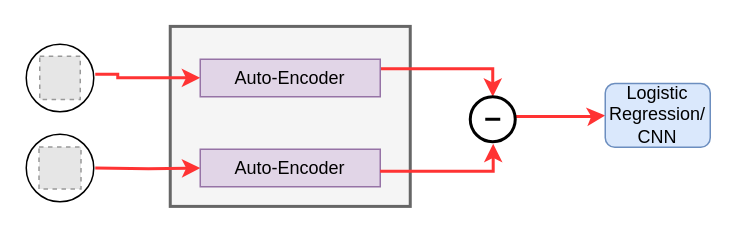
The draw.io diagram doc/Auto-encoder.drawio in DanielGabay/Author-verification-by-handwriting-samples, before the edit. Source tidied: cells renumbered, new cells numbered last; positions are measured from the earlier drawing's top-left corner, leaving out a move shared by most shapes. Both pictures are drawn from the tidied source at 150%, with x=0, y=0 at pixel (26, 26). Pictures stored in the file or linked from it are replaced by grey dashed boxes.
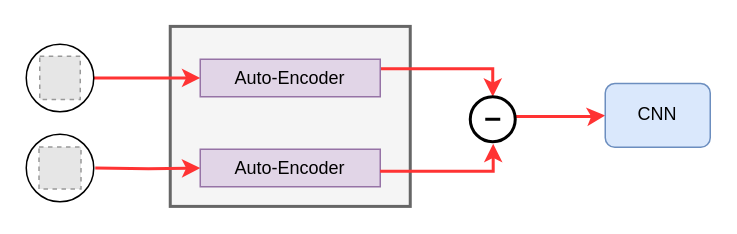
The same diagram, later.

The change refers to these unchanged cells:
```xml
<mxCell id="5" value="Auto-Encoder" style="rounded=0;whiteSpace=wrap;html=1;fillColor=#e1d5e7;strokeColor=#9673a6;" parent="1" vertex="1">
  <mxGeometry x="116" y="22" width="120" height="25" as="geometry" />
</mxCell>
<mxCell id="15" style="fillColor=#E6E6E6;strokeColor=#999999;dashed=1;verticalLabelPosition=bottom;labelBackgroundColor=#ffffff;verticalAlign=top;" parent="1" vertex="1">
  <mxGeometry x="9" y="20" width="27" height="28.9" as="geometry" />
</mxCell>
```

What changed in the source:
```diff
@@
-    <mxCell id="6" style="edgeStyle=orthogonalEdgeStyle;rounded=0;orthogonalLoop=1;jettySize=auto;html=1;entryX=0;entryY=0.25;entryDx=0;entryDy=0;strokeColor=#FF3333;strokeWidth=2;exitX=1;exitY=0.5;exitDx=0;exitDy=0;" parent="1" edge="1">
+    <mxCell id="6" style="edgeStyle=orthogonalEdgeStyle;rounded=0;jettySize=auto;html=1;strokeColor=#FF3333;strokeWidth=2;" parent="1" edge="1" source="15" target="5">
       <mxGeometry relative="1" as="geometry">
-        <mxPoint x="46" y="32" as="sourcePoint" />
-        <mxPoint x="115.9" y="34.4" as="targetPoint" />
         <Array as="points">
-          <mxPoint x="61" y="34" />
+          <mxPoint x="26" y="35" />
         </Array>
       </mxGeometry>
     </mxCell>
@@
-    <mxCell id="9" value="Logistic Regression/&lt;br&gt;CNN" style="rounded=1;whiteSpace=wrap;html=1;fillColor=#dae8fc;strokeColor=#6c8ebf;" parent="1" vertex="1">
+    <mxCell id="9" value="CNN" style="rounded=1;whiteSpace=wrap;html=1;fillColor=#dae8fc;strokeColor=#6c8ebf;" parent="1" vertex="1">
       <mxGeometry x="386" y="38.2" width="70" height="42.5" as="geometry" />
     </mxCell>
```
